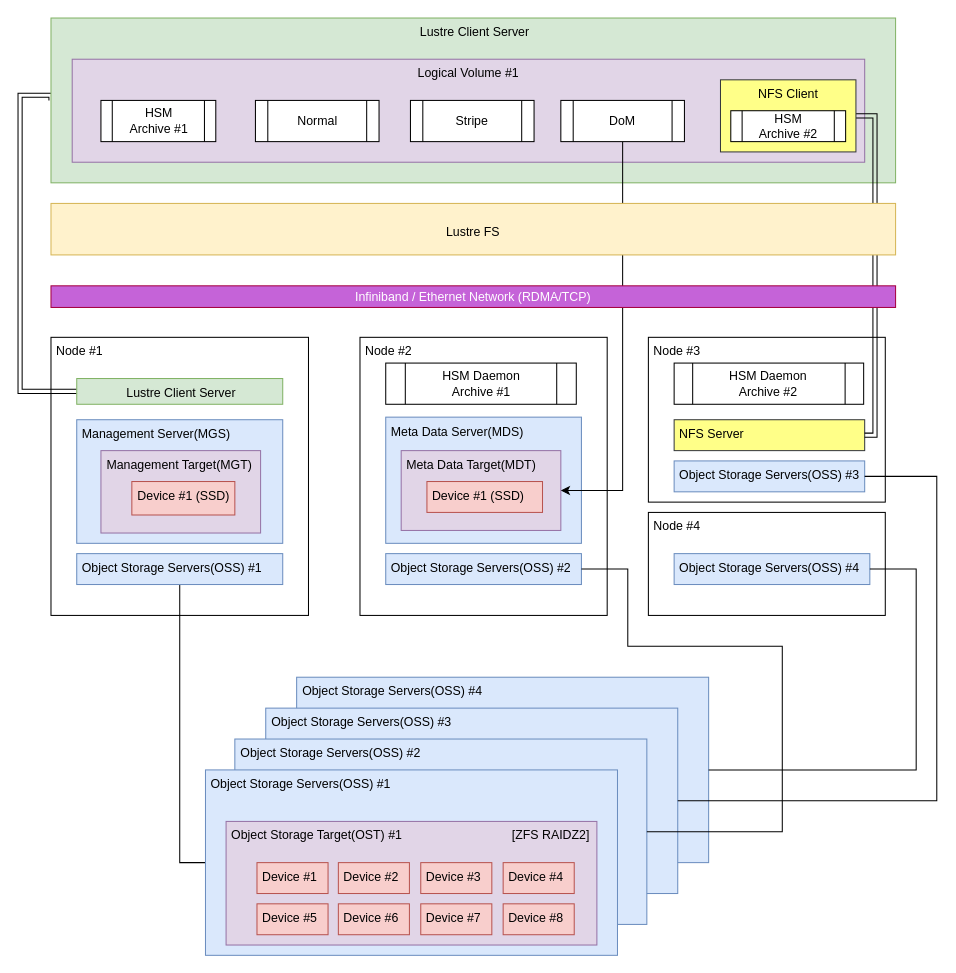
weed700/Lustre_study keeps this draw.io diagram as Lustre FS.drawio. Above is the earlier version. Source tidied: cells renumbered, new cells numbered last; positions are measured from the earlier drawing's top-left corner, leaving out a move shared by most shapes. Both pictures are drawn from the tidied source at 103%, with x=0, y=0 at pixel (20, 18).
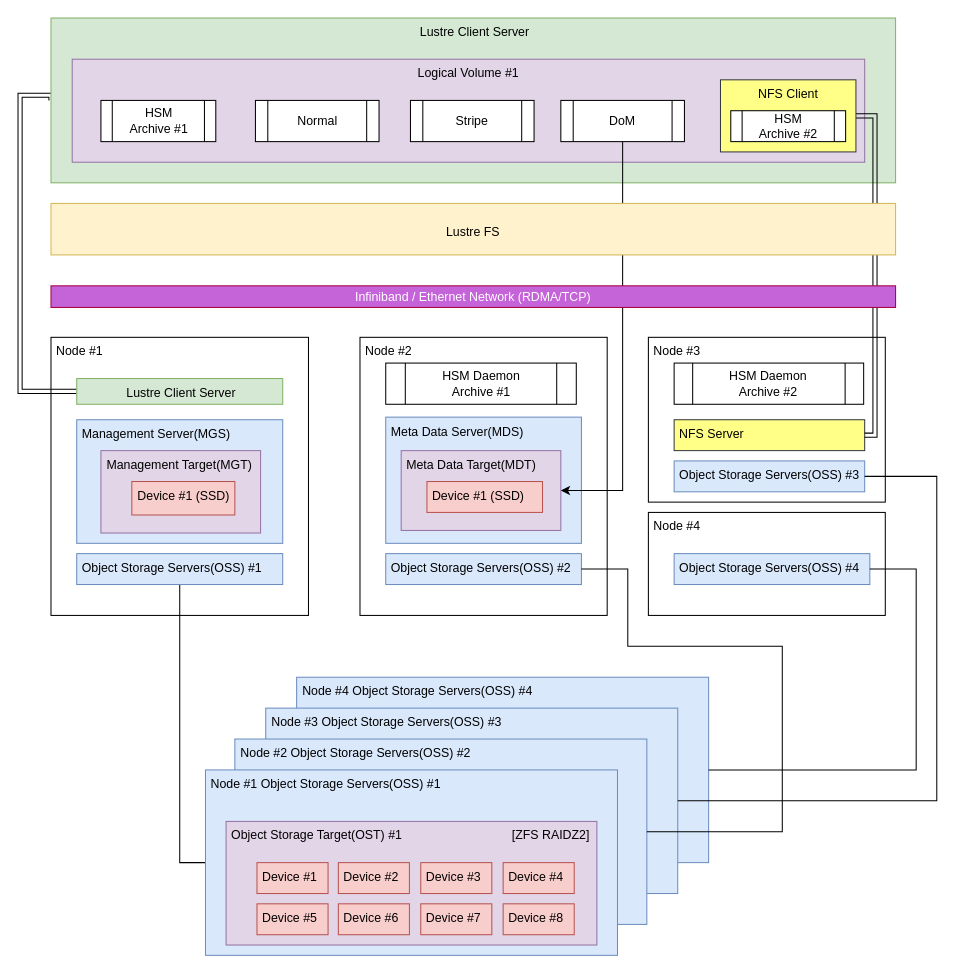
After the change.

Change to the diagram source:
```diff
@@
-    <mxCell id="6" value="&amp;nbsp;Object Storage Servers(OSS) #4" style="rounded=0;whiteSpace=wrap;html=1;align=left;verticalAlign=top;fillColor=#dae8fc;strokeColor=#6c8ebf;" parent="1" vertex="1">
+    <mxCell id="6" value="&amp;nbsp;Node #4 Object Storage Servers(OSS) #4" style="rounded=0;whiteSpace=wrap;html=1;align=left;verticalAlign=top;fillColor=#dae8fc;strokeColor=#6c8ebf;" parent="1" vertex="1">
       <mxGeometry x="268.5" y="640" width="400" height="180" as="geometry" />
     </mxCell>
-    <mxCell id="7" value="&amp;nbsp;Object Storage Servers(OSS) #3" style="rounded=0;whiteSpace=wrap;html=1;align=left;verticalAlign=top;fillColor=#dae8fc;strokeColor=#6c8ebf;" parent="1" vertex="1">
+    <mxCell id="7" value="&amp;nbsp;Node #3 Object Storage Servers(OSS) #3" style="rounded=0;whiteSpace=wrap;html=1;align=left;verticalAlign=top;fillColor=#dae8fc;strokeColor=#6c8ebf;" parent="1" vertex="1">
       <mxGeometry x="238.5" y="670" width="400" height="180" as="geometry" />
     </mxCell>
-    <mxCell id="8" value="&amp;nbsp;Object Storage Servers(OSS) #2" style="rounded=0;whiteSpace=wrap;html=1;align=left;verticalAlign=top;fillColor=#dae8fc;strokeColor=#6c8ebf;" parent="1" vertex="1">
+    <mxCell id="8" value="&amp;nbsp;Node #2 Object Storage Servers(OSS) #2" style="rounded=0;whiteSpace=wrap;html=1;align=left;verticalAlign=top;fillColor=#dae8fc;strokeColor=#6c8ebf;" parent="1" vertex="1">
       <mxGeometry x="208.5" y="700" width="400" height="180" as="geometry" />
     </mxCell>
@@
-    <mxCell id="10" value="&amp;nbsp;Object Storage Servers(OSS) #1" style="rounded=0;whiteSpace=wrap;html=1;align=left;verticalAlign=top;fillColor=#dae8fc;strokeColor=#6c8ebf;" parent="1" vertex="1">
+    <mxCell id="10" value="&amp;nbsp;Node #1 Object Storage Servers(OSS) #1" style="rounded=0;whiteSpace=wrap;html=1;align=left;verticalAlign=top;fillColor=#dae8fc;strokeColor=#6c8ebf;" parent="1" vertex="1">
       <mxGeometry x="180" y="730" width="400" height="180" as="geometry" />
     </mxCell>
```
